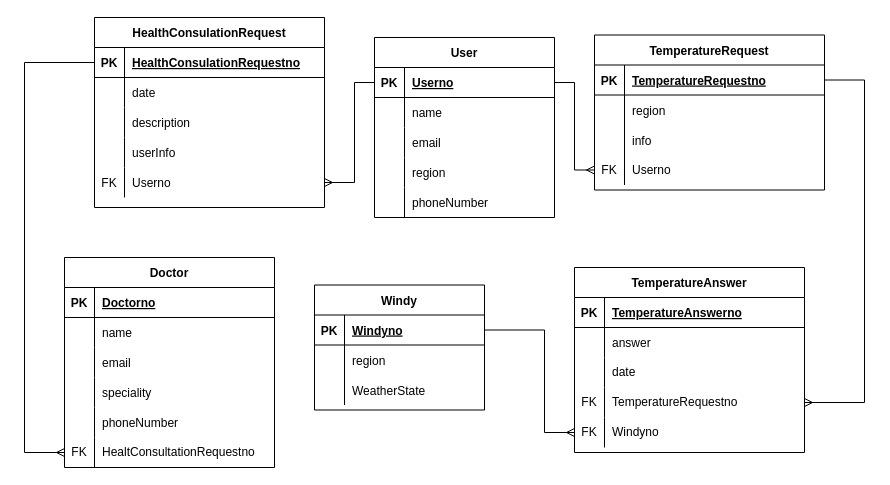
The draw.io diagram page "Варіант (а)" (2 of 2) of 2-SoftwareDesign/2.3-DataModel/RelDB.drawio in oleksandrblazhko/ai-211-kanarskij, before the edit. Source tidied: cells renumbered, new cells numbered last; positions are measured from the earlier drawing's top-left corner, leaving out a move shared by most shapes. Both pictures are drawn from the tidied source at 100%, with x=0, y=0 at pixel (-56, 17).
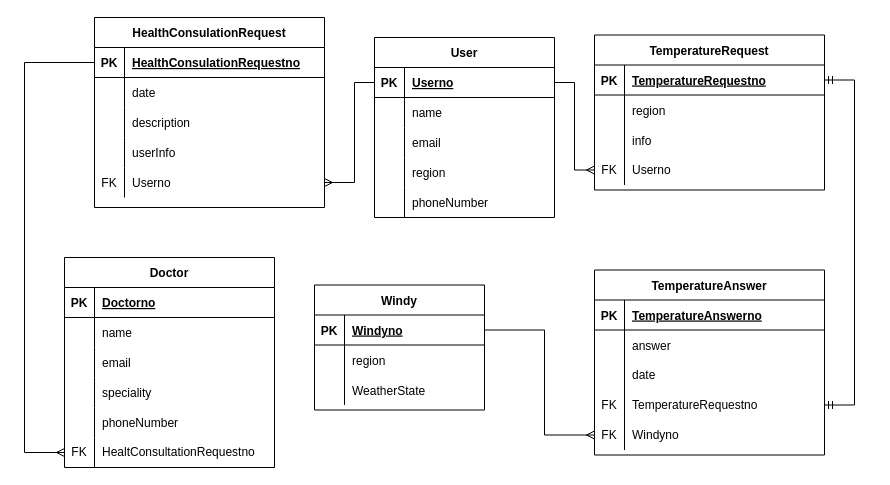
After the change.

Unchanged cells that the change refers to:
```xml
<mxCell id="56" style="shape=partialRectangle;fillColor=none;top=0;left=0;bottom=1;right=0;points=[[0,0.5],[1,0.5]];portConstraint=eastwest;" parent="55" vertex="1">
  <mxGeometry y="30" width="230" height="30" as="geometry" />
</mxCell>
<mxCell id="79" style="shape=tableRow;horizontal=0;startSize=0;swimlaneHead=0;swimlaneBody=0;fillColor=none;points=[[0,0.5],[1,0.5]];portConstraint=eastwest;top=0;left=0;right=0;bottom=0;" parent="69" vertex="1">
  <mxGeometry y="120" width="230" height="30" as="geometry" />
</mxCell>
```

The edit, as a diff of the source:
```diff
@@
     <mxCell id="69" value="TemperatureAnswer" style="shape=table;startSize=30;childLayout=tableLayout;rowLines=0;fontStyle=1;align=center;" parent="1" vertex="1">
-      <mxGeometry x="630" y="250" width="230" height="185" as="geometry" />
+      <mxGeometry x="650" y="252.5" width="230" height="185" as="geometry" />
     </mxCell>
@@
-    <mxCell id="96" style="edgeStyle=elbowEdgeStyle;fontSize=12;html=1;endArrow=ERmany;rounded=0;entryX=1;entryY=0.5;entryDx=0;entryDy=0;exitX=1;exitY=0.5;exitDx=0;exitDy=0;" parent="1" edge="1" source="56" target="79">
-      <mxGeometry relative="1" as="geometry">
-        <Array as="points">
-          <mxPoint x="920" y="240" />
-          <mxPoint x="1160" y="365" />
-        </Array>
-      </mxGeometry>
-    </mxCell>
+    <mxCell id="97" style="edgeStyle=entityRelationEdgeStyle;fontSize=12;html=1;endArrow=ERmandOne;startArrow=ERmandOne;rounded=0;entryX=1;entryY=0.5;entryDx=0;entryDy=0;exitX=1;exitY=0.5;exitDx=0;exitDy=0;" parent="1" edge="1" source="79" target="56">
+      <mxGeometry relative="1" as="geometry">
+        <Array as="points">
+          <mxPoint x="886" y="210" />
+          <mxPoint x="906" y="150" />
+          <mxPoint x="936" y="200" />
+          <mxPoint x="906" y="150" />
+          <mxPoint x="896" y="150" />
+        </Array>
+      </mxGeometry>
+    </mxCell>
```
